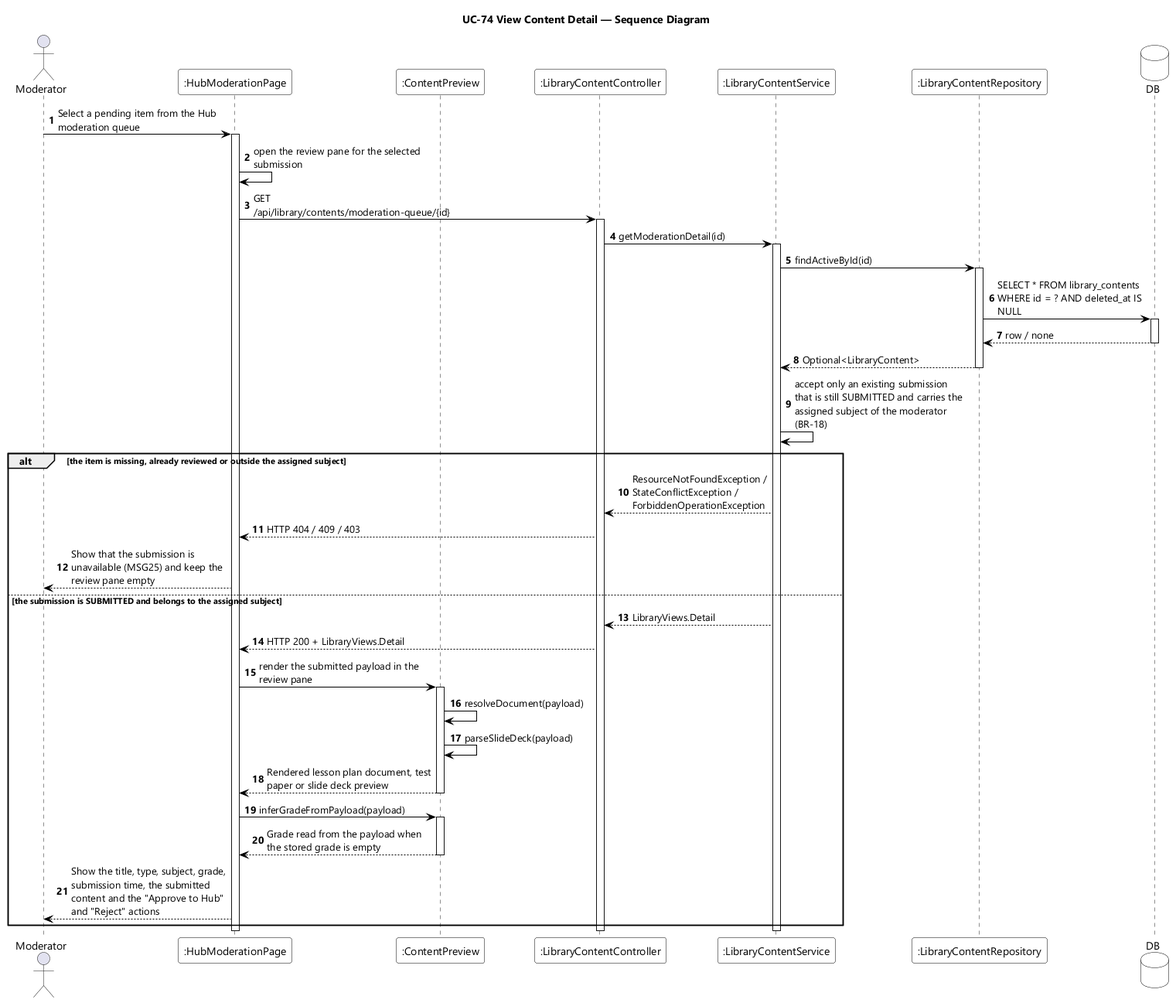
This is designs/sds-diagrams/uc74/uc74-sequence-diagram.png from EduA-system/EduA-system, a PlantUML export, as it was before one commit. The source it was exported from:
```plantuml
@startuml UC-74 View Content Detail - Sequence Diagram
skinparamlocked dpi 96
skinparam defaultFontName "Segoe UI"
skinparam shadowing false
skinparam ParticipantBackgroundColor #FFFFFF
skinparam ParticipantBorderColor #000000
skinparam DatabaseBackgroundColor #FFFFFF
skinparam DatabaseBorderColor #000000
skinparam ArrowColor #000000
skinparam sequenceMessageAlign left
skinparam maxMessageSize 220
title UC-74 View Content Detail — Sequence Diagram

actor Moderator
participant ":HubModerationPage" as UI
participant ":ContentPreview" as PREVIEW
participant ":LibraryContentController" as CTL
participant ":LibraryContentService" as SVC
participant ":LibraryContentRepository" as REPO
database DB

autonumber
Moderator -> UI : Select a pending item from the Hub moderation queue
activate UI
UI -> UI : open the review pane for the selected submission
UI -> CTL : GET /api/library/contents/moderation-queue/{id}
activate CTL
CTL -> SVC : getModerationDetail(id)
activate SVC
SVC -> REPO : findActiveById(id)
activate REPO
REPO -> DB : SELECT * FROM library_contents WHERE id = ? AND deleted_at IS NULL
activate DB
DB --> REPO : row / none
deactivate DB
REPO --> SVC : Optional<LibraryContent>
deactivate REPO
SVC -> SVC : accept only an existing submission that is still SUBMITTED and carries the assigned subject of the moderator (BR-18)

alt the item is missing, already reviewed or outside the assigned subject
  SVC --> CTL : ResourceNotFoundException / StateConflictException / ForbiddenOperationException
  CTL --> UI : HTTP 404 / 409 / 403
  UI --> Moderator : Show that the submission is unavailable (MSG25) and keep the review pane empty
else the submission is SUBMITTED and belongs to the assigned subject
  SVC --> CTL : LibraryViews.Detail
  CTL --> UI : HTTP 200 + LibraryViews.Detail
  UI -> PREVIEW : render the submitted payload in the review pane
  activate PREVIEW
  PREVIEW -> PREVIEW : resolveDocument(payload)
  PREVIEW -> PREVIEW : parseSlideDeck(payload)
  PREVIEW --> UI : Rendered lesson plan document, test paper or slide deck preview
  deactivate PREVIEW
  UI -> PREVIEW : inferGradeFromPayload(payload)
  activate PREVIEW
  PREVIEW --> UI : Grade read from the payload when the stored grade is empty
  deactivate PREVIEW
  UI --> Moderator : Show the title, type, subject, grade, submission time, the submitted content and the "Approve to Hub" and "Reject" actions
end
deactivate SVC
deactivate CTL
deactivate UI
@enduml
```
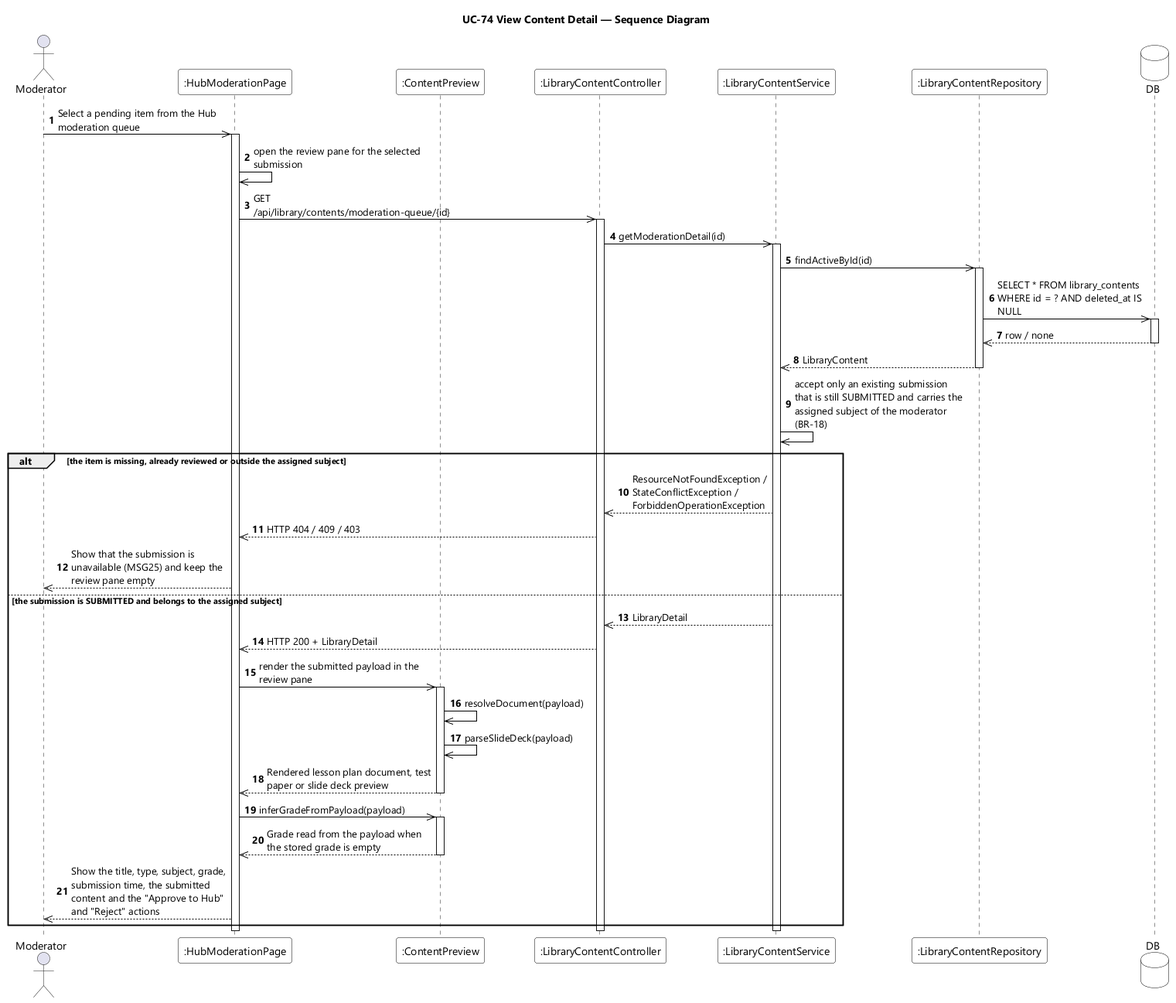
After the change.

The edit, as a diff of the source:
```diff
@@ -20,41 +20,41 @@
 database DB
 
 autonumber
-Moderator -> UI : Select a pending item from the Hub moderation queue
+Moderator ->> UI : Select a pending item from the Hub moderation queue
 activate UI
-UI -> UI : open the review pane for the selected submission
-UI -> CTL : GET /api/library/contents/moderation-queue/{id}
+UI ->> UI : open the review pane for the selected submission
+UI ->> CTL : GET /api/library/contents/moderation-queue/{id}
 activate CTL
-CTL -> SVC : getModerationDetail(id)
+CTL ->> SVC : getModerationDetail(id)
 activate SVC
-SVC -> REPO : findActiveById(id)
+SVC ->> REPO : findActiveById(id)
 activate REPO
-REPO -> DB : SELECT * FROM library_contents WHERE id = ? AND deleted_at IS NULL
+REPO ->> DB : SELECT * FROM library_contents WHERE id = ? AND deleted_at IS NULL
 activate DB
-DB --> REPO : row / none
+DB -->> REPO : row / none
 deactivate DB
-REPO --> SVC : Optional<LibraryContent>
+REPO -->> SVC : LibraryContent
 deactivate REPO
-SVC -> SVC : accept only an existing submission that is still SUBMITTED and carries the assigned subject of the moderator (BR-18)
+SVC ->> SVC : accept only an existing submission that is still SUBMITTED and carries the assigned subject of the moderator (BR-18)
 
 alt the item is missing, already reviewed or outside the assigned subject
-  SVC --> CTL : ResourceNotFoundException / StateConflictException / ForbiddenOperationException
-  CTL --> UI : HTTP 404 / 409 / 403
-  UI --> Moderator : Show that the submission is unavailable (MSG25) and keep the review pane empty
+  SVC -->> CTL : ResourceNotFoundException / StateConflictException / ForbiddenOperationException
+  CTL -->> UI : HTTP 404 / 409 / 403
+  UI -->> Moderator : Show that the submission is unavailable (MSG25) and keep the review pane empty
 else the submission is SUBMITTED and belongs to the assigned subject
-  SVC --> CTL : LibraryViews.Detail
-  CTL --> UI : HTTP 200 + LibraryViews.Detail
-  UI -> PREVIEW : render the submitted payload in the review pane
+  SVC -->> CTL : LibraryDetail
+  CTL -->> UI : HTTP 200 + LibraryDetail
+  UI ->> PREVIEW : render the submitted payload in the review pane
   activate PREVIEW
-  PREVIEW -> PREVIEW : resolveDocument(payload)
-  PREVIEW -> PREVIEW : parseSlideDeck(payload)
-  PREVIEW --> UI : Rendered lesson plan document, test paper or slide deck preview
+  PREVIEW ->> PREVIEW : resolveDocument(payload)
+  PREVIEW ->> PREVIEW : parseSlideDeck(payload)
+  PREVIEW -->> UI : Rendered lesson plan document, test paper or slide deck preview
   deactivate PREVIEW
-  UI -> PREVIEW : inferGradeFromPayload(payload)
+  UI ->> PREVIEW : inferGradeFromPayload(payload)
   activate PREVIEW
-  PREVIEW --> UI : Grade read from the payload when the stored grade is empty
+  PREVIEW -->> UI : Grade read from the payload when the stored grade is empty
   deactivate PREVIEW
-  UI --> Moderator : Show the title, type, subject, grade, submission time, the submitted content and the "Approve to Hub" and "Reject" actions
+  UI -->> Moderator : Show the title, type, subject, grade, submission time, the submitted content and the "Approve to Hub" and "Reject" actions
 end
 deactivate SVC
 deactivate CTL
```
